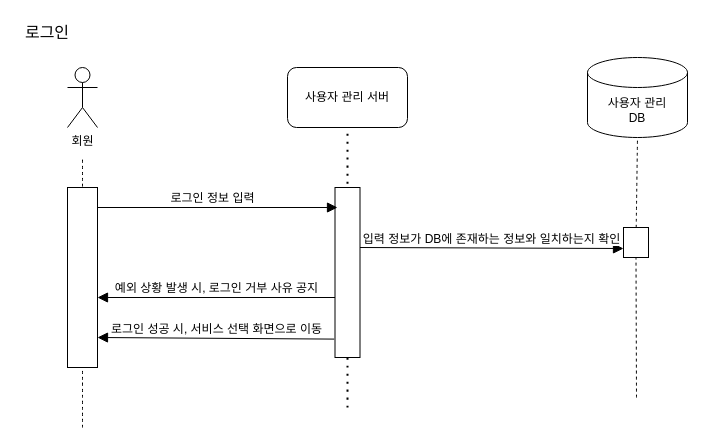
The draw.io diagram page "로그인" (2 of 7) of squenceDiagram.drawio in cherror/placeK, before the edit. Source tidied: cells renumbered, new cells numbered last; positions are measured from the earlier drawing's top-left corner, leaving out a move shared by most shapes. Both pictures are drawn from the tidied source at 100%, with x=0, y=0 at pixel (17, 17).
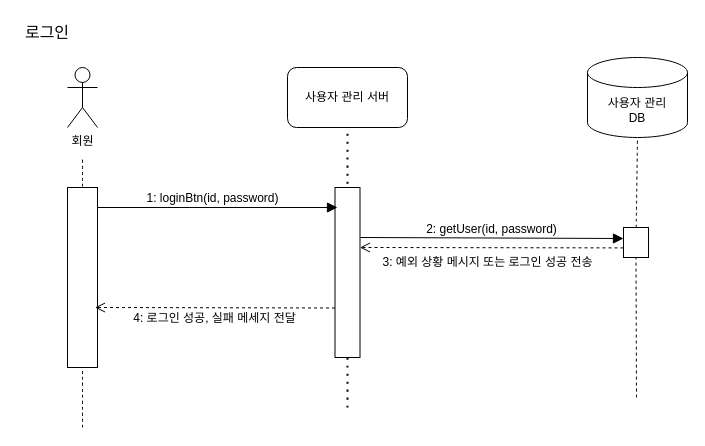
The same page after the edit.

Diff of the diagram source:
```diff
@@
-    <mxCell id="9" value="로그인 정보 입력" style="html=1;verticalAlign=bottom;endArrow=block;curved=0;rounded=0;fontSize=12;startSize=8;endSize=8;" parent="1" edge="1">
+    <mxCell id="9" value="1: loginBtn(id, password)" style="html=1;verticalAlign=bottom;endArrow=block;curved=0;rounded=0;fontSize=12;startSize=8;endSize=8;" parent="1" edge="1">
       <mxGeometry relative="1" as="geometry">
         <mxPoint x="70" y="190" as="sourcePoint" />
         <mxPoint x="320" y="190" as="targetPoint" />
       </mxGeometry>
     </mxCell>
-    <mxCell id="10" value="입력 정보가 DB에 존재하는 정보와 일치하는지 확인" style="html=1;verticalAlign=bottom;endArrow=block;curved=0;rounded=0;fontSize=12;startSize=8;endSize=8;entryX=0;entryY=0.5;entryDx=0;entryDy=0;" parent="1" edge="1">
+    <mxCell id="10" value="2: getUser(id, password)" style="html=1;verticalAlign=bottom;endArrow=block;curved=0;rounded=0;fontSize=12;startSize=8;endSize=8;entryX=0;entryY=0.5;entryDx=0;entryDy=0;" parent="1" edge="1">
       <mxGeometry relative="1" as="geometry">
-        <mxPoint x="342.5" y="230" as="sourcePoint" />
-        <mxPoint x="606" y="231" as="targetPoint" />
+        <mxPoint x="342.5" y="220" as="sourcePoint" />
+        <mxPoint x="606" y="221" as="targetPoint" />
       </mxGeometry>
     </mxCell>
@@
-    <mxCell id="13" value="로그인 성공 시, 서비스 선택 화면으로 이동" style="html=1;verticalAlign=bottom;endArrow=block;curved=0;rounded=0;fontSize=12;startSize=8;endSize=8;exitX=-0.033;exitY=0.848;exitDx=0;exitDy=0;exitPerimeter=0;entryX=1;entryY=0.5;entryDx=0;entryDy=0;" parent="1" edge="1">
-      <mxGeometry relative="1" as="geometry">
-        <mxPoint x="316.7" y="321.6" as="sourcePoint" />
-        <mxPoint x="80" y="320" as="targetPoint" />
-      </mxGeometry>
-    </mxCell>
-    <mxCell id="14" value="예외 상황 발생 시, 로그인 거부 사유 공지" style="html=1;verticalAlign=bottom;endArrow=block;curved=0;rounded=0;fontSize=12;startSize=8;endSize=8;exitX=-0.033;exitY=0.848;exitDx=0;exitDy=0;exitPerimeter=0;" parent="1" edge="1">
-      <mxGeometry relative="1" as="geometry">
-        <mxPoint x="317.5" y="280" as="sourcePoint" />
-        <mxPoint x="80" y="280" as="targetPoint" />
-      </mxGeometry>
-    </mxCell>
@@
+    <mxCell id="18" value="3: 예외 상황 메시지 또는 로그인 성공 전송" style="html=1;verticalAlign=bottom;endArrow=open;dashed=1;endSize=8;curved=0;rounded=0;fontSize=12;exitX=0;exitY=0.5;exitDx=0;exitDy=0;" parent="1" edge="1">
+      <mxGeometry x="0.03" y="24" relative="1" as="geometry">
+        <mxPoint x="606" y="230.4" as="sourcePoint" />
+        <mxPoint x="342.5" y="230" as="targetPoint" />
+      </mxGeometry>
+    </mxCell>
+    <mxCell id="19" value="4: 로그인 성공, 실패 메세지 전달" style="html=1;verticalAlign=bottom;endArrow=open;dashed=1;endSize=8;curved=0;rounded=0;fontSize=12;" parent="1" edge="1">
+      <mxGeometry y="20" relative="1" as="geometry">
+        <mxPoint x="317.5" y="290.5" as="sourcePoint" />
+        <mxPoint x="77.5" y="290" as="targetPoint" />
+      </mxGeometry>
+    </mxCell>
```
